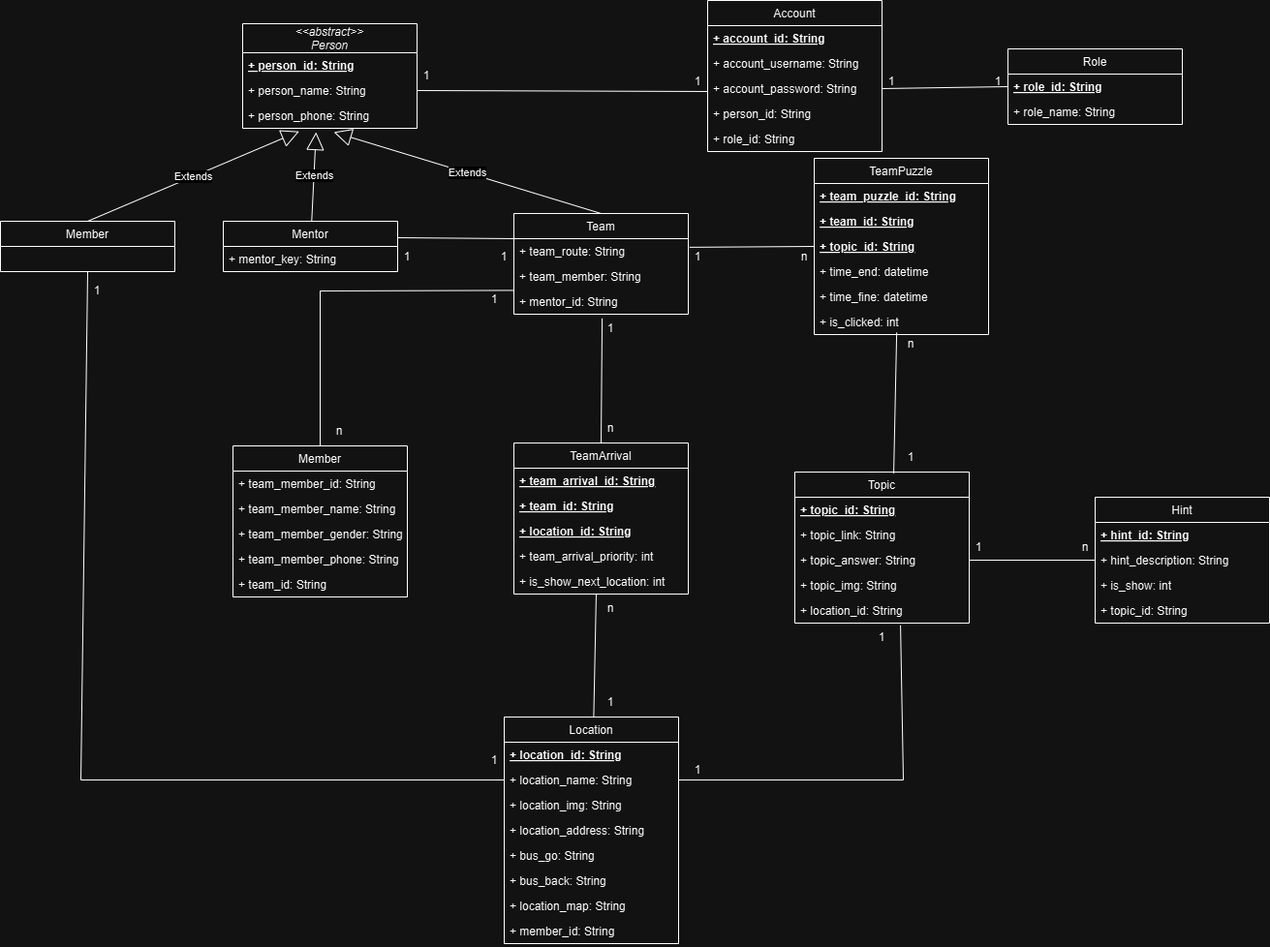
Above: config/TB_ClassDiagram.png in Tiendat06/ITZone_TeamBuilding (draw.io), before the change. Source tidied: cells renumbered, new cells last; positions are measured from the earlier drawing's top-left corner, leaving out a move shared by most shapes.
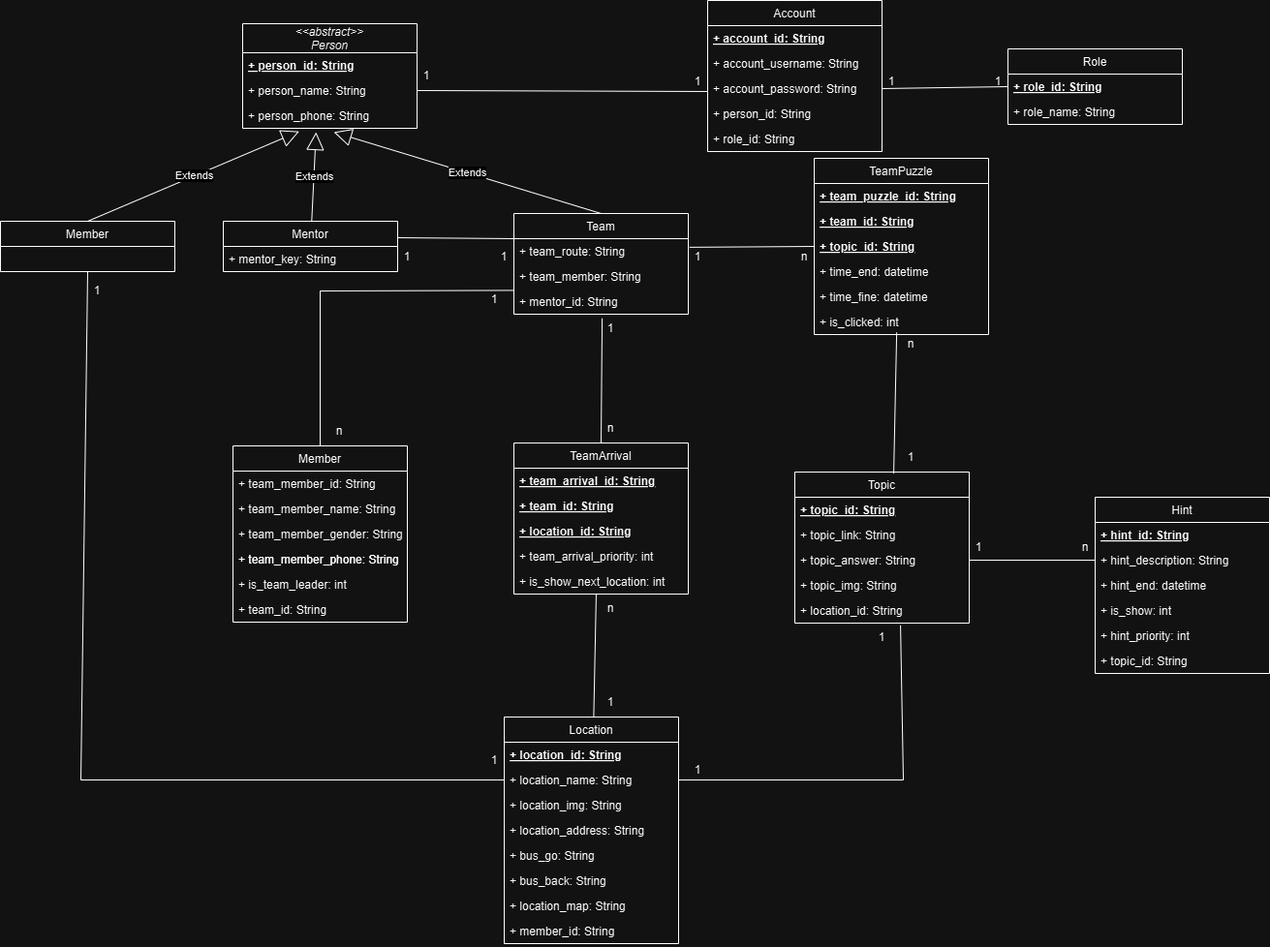
After the change.

Diff of the diagram source:
```diff
@@ -239,7 +239,7 @@
       <mxGeometry x="880" y="643" width="60" height="30" as="geometry" />
     </mxCell>
     <mxCell id="78" value="Hint" style="swimlane;fontStyle=0;horizontal=1;startSize=26;fillColor=none;" parent="1" vertex="1">
-      <mxGeometry x="1130" y="513" width="180" height="130" as="geometry" />
+      <mxGeometry x="1130" y="513" width="180" height="182" as="geometry" />
     </mxCell>
     <mxCell id="79" value="+ hint_id: String" style="text;strokeColor=none;fillColor=none;align=left;verticalAlign=top;spacingLeft=4;spacingRight=4;overflow=hidden;fontStyle=5;" parent="78" vertex="1">
       <mxGeometry y="26" width="180" height="26" as="geometry" />
@@ -247,11 +247,17 @@
     <mxCell id="80" value="+ hint_description: String" style="text;strokeColor=none;fillColor=none;align=left;verticalAlign=top;spacingLeft=4;spacingRight=4;overflow=hidden;points=[[0,0.5],[1,0.5]];portConstraint=eastwest;" parent="78" vertex="1">
       <mxGeometry y="52" width="180" height="26" as="geometry" />
     </mxCell>
+    <mxCell id="97" value="+ hint_end: datetime" style="text;strokeColor=none;fillColor=none;align=left;verticalAlign=top;spacingLeft=4;spacingRight=4;overflow=hidden;" parent="78" vertex="1">
+      <mxGeometry y="78" width="180" height="26" as="geometry" />
+    </mxCell>
     <mxCell id="81" value="+ is_show: int" style="text;strokeColor=none;fillColor=none;align=left;verticalAlign=top;spacingLeft=4;spacingRight=4;overflow=hidden;" parent="78" vertex="1">
-      <mxGeometry y="78" width="180" height="26" as="geometry" />
+      <mxGeometry y="104" width="180" height="26" as="geometry" />
     </mxCell>
+    <mxCell id="98" value="+ hint_priority: int" style="text;strokeColor=none;fillColor=none;align=left;verticalAlign=top;spacingLeft=4;spacingRight=4;overflow=hidden;" parent="78" vertex="1">
+      <mxGeometry y="130" width="180" height="26" as="geometry" />
+    </mxCell>
     <mxCell id="82" value="+ topic_id: String" style="text;strokeColor=none;fillColor=none;align=left;verticalAlign=top;spacingLeft=4;spacingRight=4;overflow=hidden;" parent="78" vertex="1">
-      <mxGeometry y="104" width="180" height="26" as="geometry" />
+      <mxGeometry y="156" width="180" height="26" as="geometry" />
     </mxCell>
     <mxCell id="83" style="endArrow=none;html=1;rounded=0;entryX=0;entryY=0.5;entryDx=0;entryDy=0;exitX=1;exitY=0.5;exitDx=0;exitDy=0;" parent="1" edge="1" source="47" target="80">
       <mxGeometry relative="1" as="geometry" />
@@ -269,7 +275,7 @@
       <mxGeometry relative="1" as="geometry" />
     </mxCell>
     <mxCell id="88" value="Member" style="swimlane;fontStyle=0;horizontal=1;startSize=26;fillColor=none;" parent="1" vertex="1">
-      <mxGeometry x="240" y="460" width="180" height="156" as="geometry" />
+      <mxGeometry x="240" y="460" width="180" height="182" as="geometry" />
     </mxCell>
     <mxCell id="89" value="+ team_member_id: String" style="text;strokeColor=none;fillColor=none;align=left;verticalAlign=top;spacingLeft=4;spacingRight=4;overflow=hidden;" parent="88" vertex="1">
       <mxGeometry y="26" width="180" height="26" as="geometry" />
@@ -283,8 +289,11 @@
     <mxCell id="92" value="+ team_member_phone: String" style="text;strokeColor=none;fillColor=none;align=left;verticalAlign=top;spacingLeft=4;spacingRight=4;overflow=hidden;" parent="88" vertex="1">
       <mxGeometry y="104" width="180" height="26" as="geometry" />
     </mxCell>
+    <mxCell id="99" value="+ is_team_leader: int" style="text;strokeColor=none;fillColor=none;align=left;verticalAlign=top;spacingLeft=4;spacingRight=4;overflow=hidden;" parent="88" vertex="1">
+      <mxGeometry y="130" width="180" height="26" as="geometry" />
+    </mxCell>
     <mxCell id="93" value="+ team_id: String" style="text;strokeColor=none;fillColor=none;align=left;verticalAlign=top;spacingLeft=4;spacingRight=4;overflow=hidden;" parent="88" vertex="1">
-      <mxGeometry y="130" width="180" height="26" as="geometry" />
+      <mxGeometry y="156" width="180" height="26" as="geometry" />
     </mxCell>
     <mxCell id="94" style="endArrow=none;html=1;rounded=0;exitX=-0.004;exitY=0.054;exitDx=0;exitDy=0;exitPerimeter=0;entryX=0.5;entryY=0;entryDx=0;entryDy=0;" parent="1" edge="1" source="11" target="88">
       <mxGeometry relative="1" as="geometry">
@@ -299,5 +308,8 @@
     <mxCell id="96" value="n" style="text;html=1;strokeColor=none;fillColor=none;align=center;verticalAlign=middle;whiteSpace=wrap;rounded=0;" parent="1" vertex="1">
       <mxGeometry x="320" y="430" width="60" height="30" as="geometry" />
     </mxCell>
+    <mxCell id="100" value="+ team_member_phone: String" style="text;strokeColor=none;fillColor=none;align=left;verticalAlign=top;spacingLeft=4;spacingRight=4;overflow=hidden;" parent="1" vertex="1">
+      <mxGeometry x="240" y="564" width="180" height="26" as="geometry" />
+    </mxCell>
   </root>
 </mxGraphModel>
```
